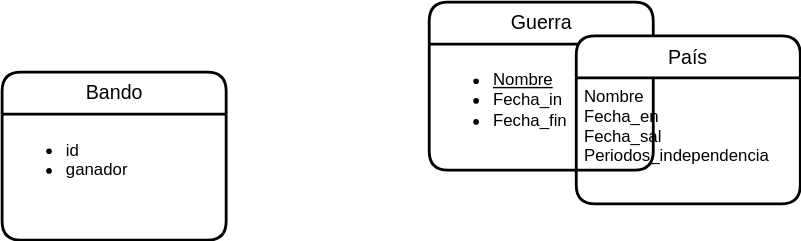
The draw.io diagram UD12-4.svg in Jimxx22/C3-UD11-UML, before a commit. Source tidied: cells renumbered, new cells last; positions are measured from the earlier drawing's top-left corner, leaving out a move shared by most shapes.
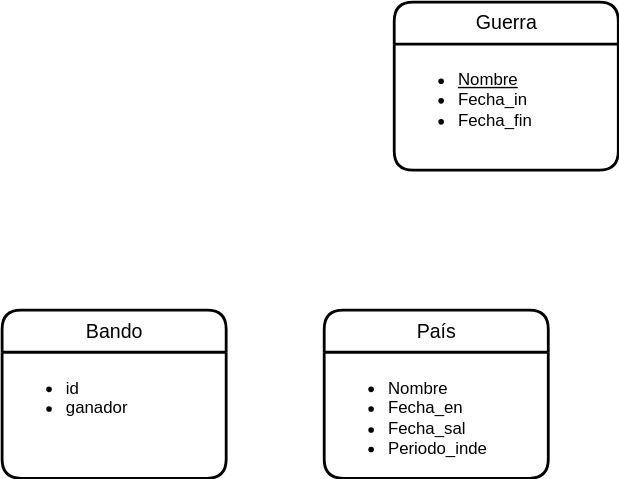
Later version of the same file.

Diff of the diagram source:
```diff
@@ -3,7 +3,7 @@
     <mxCell id="0" />
     <mxCell id="1" parent="0" />
     <mxCell id="2" value="Guerra" style="swimlane;horizontal=1;startSize=30;rounded=1;fontSize=14;fontStyle=0;strokeWidth=2;shadow=0;dashed=0;align=center;glass=0;fillColor=default;html=1;" parent="1" vertex="1">
-      <mxGeometry x="305" width="160" height="120" as="geometry" />
+      <mxGeometry x="280" y="-170" width="160" height="120" as="geometry" />
     </mxCell>
     <mxCell id="3" value="&lt;ul&gt;&lt;li&gt;&lt;span style=&quot;background-color: initial;&quot;&gt;&lt;u&gt;Nombre&lt;/u&gt;&lt;/span&gt;&lt;/li&gt;&lt;li&gt;Fecha_in&lt;/li&gt;&lt;li&gt;Fecha_fin&lt;/li&gt;&lt;/ul&gt;" style="align=left;strokeColor=none;fillColor=none;spacingLeft=4;fontSize=12;verticalAlign=top;rounded=0;glass=0;html=1;" parent="2" vertex="1">
       <mxGeometry y="30" width="160" height="90" as="geometry" />
@@ -14,11 +14,11 @@
     <mxCell id="5" value="&lt;ul&gt;&lt;li&gt;id&lt;/li&gt;&lt;li&gt;&lt;span style=&quot;background-color: initial;&quot;&gt;ganador&lt;/span&gt;&lt;br&gt;&lt;/li&gt;&lt;/ul&gt;" style="align=left;strokeColor=none;fillColor=none;spacingLeft=4;fontSize=12;verticalAlign=top;rounded=0;glass=0;html=1;" parent="4" vertex="1">
       <mxGeometry y="30" width="160" height="90" as="geometry" />
     </mxCell>
-    <mxCell id="6" value="País" style="swimlane;horizontal=1;startSize=30;rounded=1;fontSize=14;fontStyle=0;strokeWidth=2;shadow=0;dashed=0;align=center;html=0;" parent="1" vertex="1">
-      <mxGeometry x="410" y="24" width="160" height="120" as="geometry" />
+    <mxCell id="6" value="País" style="swimlane;horizontal=1;startSize=30;rounded=1;fontSize=14;fontStyle=0;strokeWidth=2;shadow=0;dashed=0;align=center;glass=0;fillColor=default;html=1;" parent="1" vertex="1">
+      <mxGeometry x="230" y="50" width="160" height="120" as="geometry" />
     </mxCell>
-    <mxCell id="7" value="Nombre&#10;Fecha_en&#10;Fecha_sal&#10;Periodos_independencia&#10;" style="align=left;strokeColor=none;fillColor=none;spacingLeft=4;fontSize=12;verticalAlign=top;html=0;" parent="6" vertex="1">
-      <mxGeometry y="30" width="160" height="90" as="geometry" />
-    </mxCell>
+    <mxCell id="8" value="&lt;ul&gt;&lt;li&gt;Nombre&lt;/li&gt;&lt;li&gt;&lt;span style=&quot;background-color: initial;&quot;&gt;Fecha_en&lt;/span&gt;&lt;br&gt;&lt;/li&gt;&lt;li&gt;&lt;span style=&quot;background-color: initial;&quot;&gt;Fecha_sal&lt;/span&gt;&lt;/li&gt;&lt;li&gt;&lt;span style=&quot;background-color: initial;&quot;&gt;Periodo_inde&lt;/span&gt;&lt;/li&gt;&lt;/ul&gt;" style="align=left;strokeColor=none;fillColor=none;spacingLeft=4;fontSize=12;verticalAlign=top;rounded=0;glass=0;html=1;" parent="6" vertex="1">
+      <mxGeometry y="30" width="160" height="90" as="geometry" />
+    </mxCell>
   </root>
 </mxGraphModel>
```
